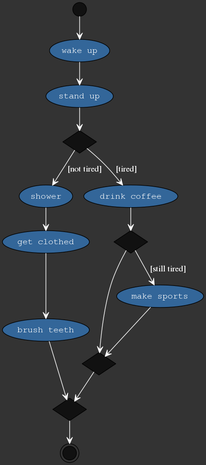
This is examples/simple_test.png from windler/AwesM, a Graphviz export, as it was before one commit. Its source is kept beside it as examples/simple_test.png.dot.
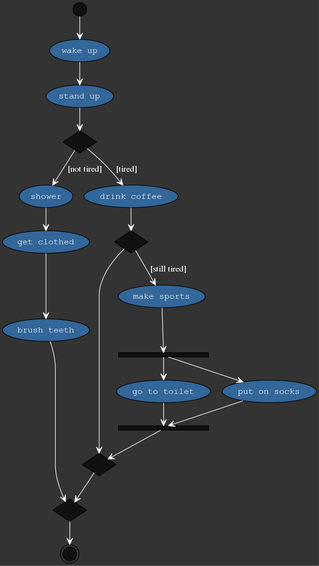
The same diagram one commit later.

Commit message:
added parallel fork/join

Diff of the diagram source:
```diff
@@ -1,32 +1,41 @@
 digraph  {
 graph [bgcolor="#333333"]
-node [fontcolor="white" fontname="Courier" shape="oval" fillcolor="#336699" style="filled"]
-edge [color="white" fontcolor="white" splines="curved" arrowhead="open"]
-"wake up"
-"wake up"->"stand up"
+node [fillcolor="#336699" style="filled" fontcolor="white" fontname="Courier" shape="oval"]
+edge [splines="curved" arrowhead="open" color="white" fontcolor="white"]
+"shower"
+"shower"->"get clothed"
+"drink coffee"
+"drink coffee"->"cond_4037200794235010051"
+"go to toilet"
+"go to toilet"->"join_605394647632969758"
+"join_605394647632969758"[shape="rectangle" label="" fillcolor="#111111" height="0.1" width="2"]
+"join_605394647632969758"->"join_3916589616287113937"
+"join_8674665223082153551"[shape="diamond" label="" fillcolor="#111111"]
+"join_8674665223082153551"->"#end"
+"stand up"
+"stand up"->"cond_5577006791947779410"
 "cond_5577006791947779410"[shape="diamond" label="" fillcolor="#111111"]
 "cond_5577006791947779410"->"shower"[label=" [not tired]"]
 "cond_5577006791947779410"->"drink coffee"[label=" [tired]"]
-"drink coffee"
-"drink coffee"->"cond_4037200794235010051"
-"join_3916589616287113937"[label="" fillcolor="#111111" shape="diamond"]
+"cond_4037200794235010051"[shape="diamond" label="" fillcolor="#111111"]
+"cond_4037200794235010051"->"make sports"[label=" [still tired]"]
+"cond_4037200794235010051"->"join_3916589616287113937"
+"cond_6334824724549167320"[shape="rectangle" label="" fillcolor="#111111" height="0.1" width="2"]
+"cond_6334824724549167320"->"put on socks"
+"cond_6334824724549167320"->"go to toilet"
+"put on socks"
+"put on socks"->"join_605394647632969758"
+"wake up"
+"wake up"->"stand up"
+"brush teeth"
+"brush teeth"->"join_8674665223082153551"
+"join_3916589616287113937"[shape="diamond" label="" fillcolor="#111111"]
 "join_3916589616287113937"->"join_8674665223082153551"
-"#end"[shape="doublecircle" label="" style="filled" fillcolor="#111111" height="0.3"]
-"make sports"
-"make sports"->"join_3916589616287113937"
-"join_8674665223082153551"[shape="diamond" label="" fillcolor="#111111"]
-"join_8674665223082153551"->"#end"
-"#start"[height="0.3" shape="circle" label="" style="filled" fillcolor="#111111"]
+"#end"[label="" style="filled" fillcolor="#111111" height="0.3" shape="doublecircle"]
+"#start"[fillcolor="#111111" height="0.3" shape="circle" label="" style="filled"]
 "#start"->"wake up"
-"stand up"
-"stand up"->"cond_5577006791947779410"
-"shower"
-"shower"->"get clothed"
 "get clothed"
 "get clothed"->"brush teeth"
-"brush teeth"
-"brush teeth"->"join_8674665223082153551"
-"cond_4037200794235010051"[label="" fillcolor="#111111" shape="diamond"]
-"cond_4037200794235010051"->"make sports"[label=" [still tired]"]
-"cond_4037200794235010051"->"join_3916589616287113937"
+"make sports"
+"make sports"->"cond_6334824724549167320"
 }
```
